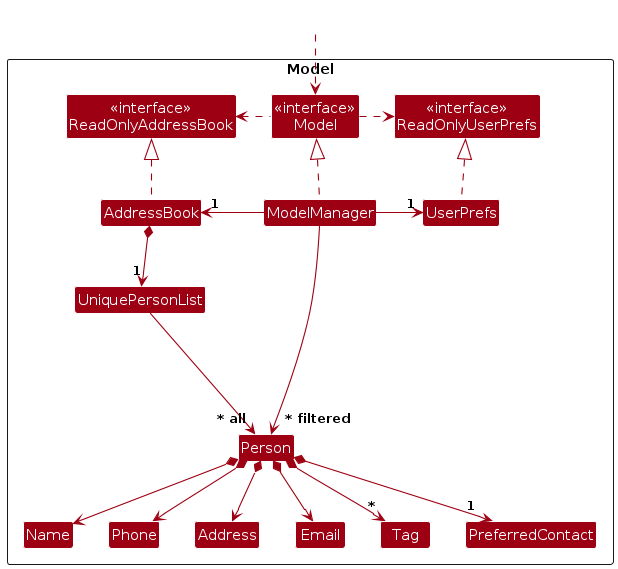
The PlantUML diagram diagrams/ModelClassDiagram.png in johnnythesnake12/tp, before a commit. Its source is kept beside it as diagrams/ModelClassDiagram.puml.
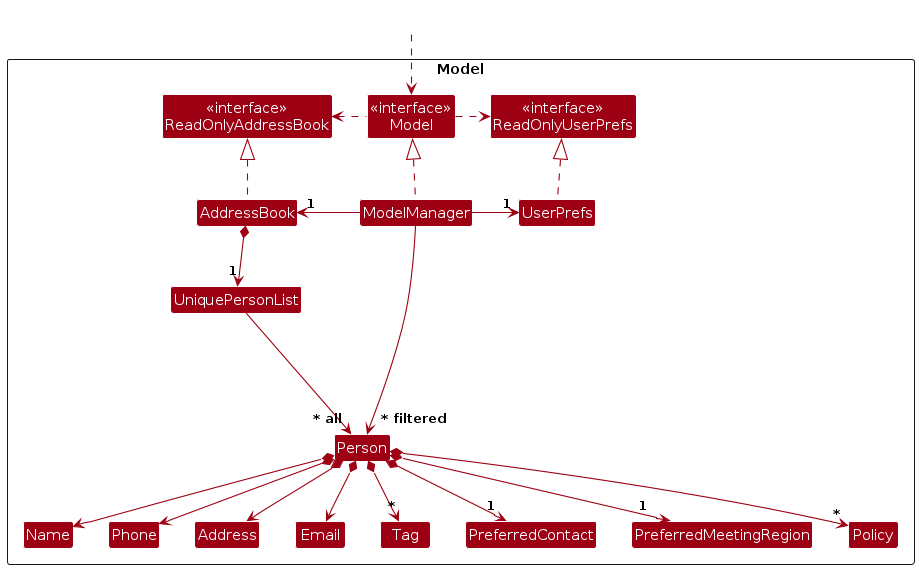
After the change.

Change to the diagram source:
```diff
@@ -19,6 +19,8 @@
 Class Phone
 Class Tag
 Class PreferredContact
+Class PreferredMeetingRegion
+Class Policy
 
 Class I #FFFFFF
 }
@@ -43,6 +45,8 @@
 Person *--> Address
 Person *--> "*" Tag
 Person *--> "1" PreferredContact
+Person *--> "1" PreferredMeetingRegion
+Person *--> "*" Policy
 
 Person -[hidden]up--> I
 UniquePersonList -[hidden]right-> I
```
